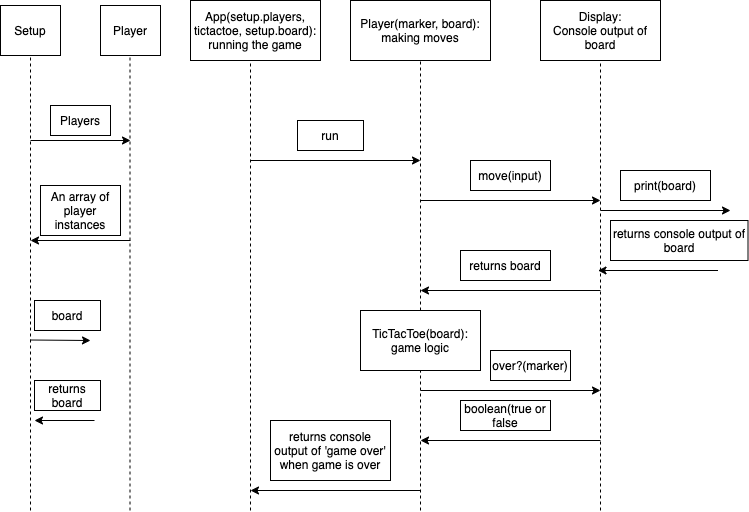
This is diagram.png from amittauro/tic-tac-toe, a draw.io export, as it was before one commit. Source tidied: cells renumbered, new cells last; positions are measured from the earlier drawing's top-left corner, leaving out a move shared by most shapes.
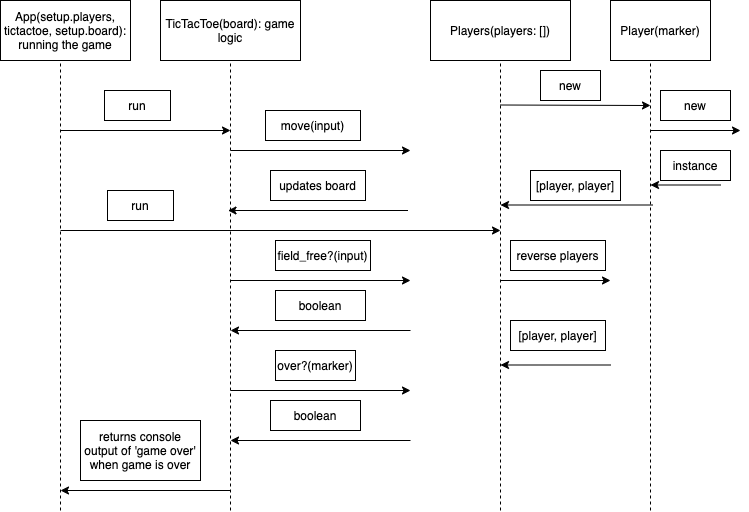
After the commit.

Change to the diagram source:
```diff
@@ -2,162 +2,175 @@
   <root>
     <mxCell id="0" />
     <mxCell id="1" parent="0" />
-    <mxCell id="2" value="Setup" style="rounded=0;whiteSpace=wrap;html=1;" parent="1" vertex="1">
-      <mxGeometry y="5" width="60" height="50" as="geometry" />
-    </mxCell>
-    <mxCell id="3" style="endArrow=none;dashed=1;html=1;entryX=0.5;entryY=1;entryDx=0;entryDy=0;" parent="1" edge="1" target="2">
-      <mxGeometry relative="1" as="geometry">
-        <mxPoint x="30" y="510" as="sourcePoint" />
-      </mxGeometry>
-    </mxCell>
-    <mxCell id="4" value="TicTacToe(board):&lt;br&gt;game logic" style="rounded=0;whiteSpace=wrap;html=1;" parent="1" vertex="1">
-      <mxGeometry x="360" y="310" width="120" height="60" as="geometry" />
-    </mxCell>
-    <mxCell id="5" value="Player(marker, board): making moves" style="rounded=0;whiteSpace=wrap;html=1;" parent="1" vertex="1">
-      <mxGeometry x="350" width="140" height="60" as="geometry" />
+    <mxCell id="5" value="TicTacToe(board): game logic" style="rounded=0;whiteSpace=wrap;html=1;" parent="1" vertex="1">
+      <mxGeometry x="150" width="140" height="60" as="geometry" />
     </mxCell>
-    <mxCell id="6" value="Display:&lt;br&gt;Console output of board" style="rounded=0;whiteSpace=wrap;html=1;" parent="1" vertex="1">
-      <mxGeometry x="540" width="120" height="60" as="geometry" />
-    </mxCell>
-    <mxCell id="7" style="endArrow=classic;html=1;" parent="1" edge="1">
-      <mxGeometry relative="1" as="geometry">
-        <mxPoint x="30" y="140" as="sourcePoint" />
-        <mxPoint x="130" y="140" as="targetPoint" />
-      </mxGeometry>
-    </mxCell>
-    <mxCell id="8" value="Players" style="rounded=0;whiteSpace=wrap;html=1;" parent="1" vertex="1">
-      <mxGeometry x="50" y="105" width="60" height="30" as="geometry" />
-    </mxCell>
     <mxCell id="9" style="endArrow=classic;html=1;" parent="1" edge="1">
       <mxGeometry relative="1" as="geometry">
-        <mxPoint x="250" y="160" as="sourcePoint" />
-        <mxPoint x="420" y="160" as="targetPoint" />
+        <mxPoint x="50" y="130" as="sourcePoint" />
+        <mxPoint x="220" y="130" as="targetPoint" />
       </mxGeometry>
     </mxCell>
     <mxCell id="10" value="run" style="rounded=0;whiteSpace=wrap;html=1;" parent="1" vertex="1">
-      <mxGeometry x="297" y="120" width="66" height="30" as="geometry" />
+      <mxGeometry x="94" y="90" width="66" height="30" as="geometry" />
     </mxCell>
-    <mxCell id="11" style="endArrow=none;dashed=1;html=1;entryX=0.5;entryY=1;entryDx=0;entryDy=0;exitX=0.5;exitY=0;exitDx=0;exitDy=0;" parent="1" edge="1" source="4" target="5">
-      <mxGeometry relative="1" as="geometry" />
+    <mxCell id="11" style="endArrow=none;dashed=1;html=1;entryX=0.5;entryY=1;entryDx=0;entryDy=0;" parent="1" edge="1" target="5">
+      <mxGeometry relative="1" as="geometry">
+        <mxPoint x="220" y="510" as="sourcePoint" />
+      </mxGeometry>
     </mxCell>
     <mxCell id="12" style="endArrow=classic;html=1;" parent="1" edge="1">
       <mxGeometry relative="1" as="geometry">
-        <mxPoint x="420" y="200" as="sourcePoint" />
-        <mxPoint x="600" y="200" as="targetPoint" />
+        <mxPoint x="220" y="150" as="sourcePoint" />
+        <mxPoint x="400" y="150" as="targetPoint" />
       </mxGeometry>
     </mxCell>
-    <mxCell id="13" value="move(input)" style="rounded=0;whiteSpace=wrap;html=1;" parent="1" vertex="1">
-      <mxGeometry x="470" y="160" width="80" height="30" as="geometry" />
+    <mxCell id="13" value="field_free?(input)" style="rounded=0;whiteSpace=wrap;html=1;" parent="1" vertex="1">
+      <mxGeometry x="265" y="240" width="95" height="30" as="geometry" />
     </mxCell>
-    <mxCell id="14" style="endArrow=none;dashed=1;html=1;entryX=0.5;entryY=1;entryDx=0;entryDy=0;" parent="1" edge="1" target="6">
-      <mxGeometry relative="1" as="geometry">
-        <mxPoint x="600" y="510" as="sourcePoint" />
-      </mxGeometry>
-    </mxCell>
-    <mxCell id="15" style="endArrow=classic;html=1;" parent="1" edge="1">
-      <mxGeometry relative="1" as="geometry">
-        <mxPoint x="600" y="210" as="sourcePoint" />
-        <mxPoint x="730" y="210" as="targetPoint" />
-      </mxGeometry>
-    </mxCell>
-    <mxCell id="16" value="print(board)" style="rounded=0;whiteSpace=wrap;html=1;" parent="1" vertex="1">
-      <mxGeometry x="620" y="170" width="90" height="30" as="geometry" />
-    </mxCell>
-    <mxCell id="17" style="endArrow=classic;html=1;" parent="1" edge="1">
-      <mxGeometry relative="1" as="geometry">
-        <mxPoint x="717.5" y="270" as="sourcePoint" />
-        <mxPoint x="597.5" y="270" as="targetPoint" />
-      </mxGeometry>
-    </mxCell>
-    <mxCell id="18" value="returns console output of board" style="rounded=0;whiteSpace=wrap;html=1;" parent="1" vertex="1">
-      <mxGeometry x="610" y="220" width="137.5" height="40" as="geometry" />
-    </mxCell>
     <mxCell id="19" style="endArrow=classic;html=1;" parent="1" edge="1">
       <mxGeometry relative="1" as="geometry">
-        <mxPoint x="600" y="290" as="sourcePoint" />
-        <mxPoint x="420" y="290" as="targetPoint" />
+        <mxPoint x="400" y="330" as="sourcePoint" />
+        <mxPoint x="220" y="330" as="targetPoint" />
       </mxGeometry>
     </mxCell>
-    <mxCell id="20" value="returns board" style="rounded=0;whiteSpace=wrap;html=1;" parent="1" vertex="1">
-      <mxGeometry x="460" y="250" width="90" height="30" as="geometry" />
+    <mxCell id="20" value="boolean" style="rounded=0;whiteSpace=wrap;html=1;" parent="1" vertex="1">
+      <mxGeometry x="265" y="290" width="90" height="30" as="geometry" />
     </mxCell>
     <mxCell id="21" style="endArrow=classic;html=1;" parent="1" edge="1">
       <mxGeometry relative="1" as="geometry">
-        <mxPoint x="420" y="490" as="sourcePoint" />
-        <mxPoint x="250" y="490" as="targetPoint" />
+        <mxPoint x="220" y="490" as="sourcePoint" />
+        <mxPoint x="50" y="490" as="targetPoint" />
       </mxGeometry>
     </mxCell>
     <mxCell id="22" style="endArrow=classic;html=1;" parent="1" edge="1">
       <mxGeometry relative="1" as="geometry">
-        <mxPoint x="420" y="390" as="sourcePoint" />
-        <mxPoint x="600" y="390" as="targetPoint" />
+        <mxPoint x="220" y="390" as="sourcePoint" />
+        <mxPoint x="400" y="390" as="targetPoint" />
       </mxGeometry>
     </mxCell>
     <mxCell id="23" value="over?(marker)" style="rounded=0;whiteSpace=wrap;html=1;" parent="1" vertex="1">
-      <mxGeometry x="490" y="350" width="80" height="30" as="geometry" />
+      <mxGeometry x="265" y="350" width="80" height="30" as="geometry" />
     </mxCell>
     <mxCell id="24" style="endArrow=classic;html=1;" parent="1" edge="1">
       <mxGeometry relative="1" as="geometry">
-        <mxPoint x="600" y="440" as="sourcePoint" />
-        <mxPoint x="420" y="440" as="targetPoint" />
+        <mxPoint x="400" y="440" as="sourcePoint" />
+        <mxPoint x="220" y="440" as="targetPoint" />
       </mxGeometry>
     </mxCell>
-    <mxCell id="25" value="boolean(true or false" style="rounded=0;whiteSpace=wrap;html=1;" parent="1" vertex="1">
-      <mxGeometry x="460" y="400" width="90" height="30" as="geometry" />
+    <mxCell id="25" value="boolean" style="rounded=0;whiteSpace=wrap;html=1;" parent="1" vertex="1">
+      <mxGeometry x="260" y="400" width="90" height="30" as="geometry" />
     </mxCell>
     <mxCell id="26" value="returns console output of 'game over' when game is over" style="rounded=0;whiteSpace=wrap;html=1;" parent="1" vertex="1">
-      <mxGeometry x="270" y="420" width="120" height="60" as="geometry" />
+      <mxGeometry x="70" y="420" width="120" height="60" as="geometry" />
     </mxCell>
     <mxCell id="27" value="App(setup.players, tictactoe, setup.board):&lt;br&gt;running the game" style="rounded=0;whiteSpace=wrap;html=1;" parent="1" vertex="1">
-      <mxGeometry x="190" width="130" height="60" as="geometry" />
+      <mxGeometry x="-10" width="130" height="60" as="geometry" />
     </mxCell>
-    <mxCell id="28" value="Player" style="rounded=0;whiteSpace=wrap;html=1;" parent="1" vertex="1">
-      <mxGeometry x="100" y="5" width="60" height="50" as="geometry" />
-    </mxCell>
-    <mxCell id="29" style="endArrow=none;dashed=1;html=1;entryX=0.5;entryY=1;entryDx=0;entryDy=0;" parent="1" edge="1">
-      <mxGeometry relative="1" as="geometry">
-        <mxPoint x="129.5" y="510" as="sourcePoint" />
-        <mxPoint x="129.5" y="55" as="targetPoint" />
-      </mxGeometry>
-    </mxCell>
-    <mxCell id="30" style="endArrow=classic;html=1;" parent="1" edge="1">
-      <mxGeometry relative="1" as="geometry">
-        <mxPoint x="130" y="240" as="sourcePoint" />
-        <mxPoint x="30" y="240" as="targetPoint" />
-      </mxGeometry>
-    </mxCell>
-    <mxCell id="31" value="An array of player instances" style="rounded=0;whiteSpace=wrap;html=1;" parent="1" vertex="1">
-      <mxGeometry x="40" y="185" width="80" height="50" as="geometry" />
-    </mxCell>
     <mxCell id="32" style="endArrow=none;dashed=1;html=1;entryX=0.5;entryY=1;entryDx=0;entryDy=0;" parent="1" edge="1">
       <mxGeometry relative="1" as="geometry">
-        <mxPoint x="250" y="510" as="sourcePoint" />
-        <mxPoint x="250" y="60" as="targetPoint" />
+        <mxPoint x="50" y="510" as="sourcePoint" />
+        <mxPoint x="50" y="60" as="targetPoint" />
       </mxGeometry>
     </mxCell>
-    <mxCell id="33" style="endArrow=none;dashed=1;html=1;entryX=0.5;entryY=1;entryDx=0;entryDy=0;" parent="1" edge="1">
-      <mxGeometry relative="1" as="geometry">
-        <mxPoint x="420" y="510" as="sourcePoint" />
-        <mxPoint x="420" y="370" as="targetPoint" />
-      </mxGeometry>
-    </mxCell>
-    <mxCell id="34" style="endArrow=classic;html=1;" parent="1" edge="1">
-      <mxGeometry relative="1" as="geometry">
-        <mxPoint x="30" y="339.5" as="sourcePoint" />
-        <mxPoint x="90" y="340" as="targetPoint" />
-      </mxGeometry>
-    </mxCell>
-    <mxCell id="35" value="board" style="rounded=0;whiteSpace=wrap;html=1;" parent="1" vertex="1">
-      <mxGeometry x="34" y="300" width="66" height="30" as="geometry" />
-    </mxCell>
-    <mxCell id="36" style="endArrow=classic;html=1;" parent="1" edge="1">
-      <mxGeometry relative="1" as="geometry">
-        <mxPoint x="94" y="420" as="sourcePoint" />
-        <mxPoint x="34" y="420" as="targetPoint" />
-      </mxGeometry>
-    </mxCell>
-    <mxCell id="37" value="returns board" style="rounded=0;whiteSpace=wrap;html=1;" parent="1" vertex="1">
-      <mxGeometry x="34" y="380" width="66" height="30" as="geometry" />
-    </mxCell>
+    <mxCell id="38" style="endArrow=classic;html=1;" parent="1" edge="1">
+      <mxGeometry relative="1" as="geometry">
+        <mxPoint x="220" y="280" as="sourcePoint" />
+        <mxPoint x="400" y="280" as="targetPoint" />
+      </mxGeometry>
+    </mxCell>
+    <mxCell id="39" value="move(input)" style="rounded=0;whiteSpace=wrap;html=1;" parent="1" vertex="1">
+      <mxGeometry x="255" y="110" width="95" height="30" as="geometry" />
+    </mxCell>
+    <mxCell id="40" value="updates board" style="rounded=0;whiteSpace=wrap;html=1;" parent="1" vertex="1">
+      <mxGeometry x="260" y="170" width="95" height="30" as="geometry" />
+    </mxCell>
+    <mxCell id="41" style="endArrow=classic;html=1;" parent="1" edge="1">
+      <mxGeometry relative="1" as="geometry">
+        <mxPoint x="397.5" y="210" as="sourcePoint" />
+        <mxPoint x="217.5" y="210" as="targetPoint" />
+      </mxGeometry>
+    </mxCell>
+    <mxCell id="42" value="Players(players: [])" style="rounded=0;whiteSpace=wrap;html=1;" parent="1" vertex="1">
+      <mxGeometry x="420" width="140" height="60" as="geometry" />
+    </mxCell>
+    <mxCell id="43" style="endArrow=none;dashed=1;html=1;entryX=0.5;entryY=1;entryDx=0;entryDy=0;" parent="1" edge="1">
+      <mxGeometry relative="1" as="geometry">
+        <mxPoint x="490" y="510" as="sourcePoint" />
+        <mxPoint x="490" y="60" as="targetPoint" />
+      </mxGeometry>
+    </mxCell>
+    <mxCell id="44" style="endArrow=classic;html=1;" parent="1" edge="1">
+      <mxGeometry relative="1" as="geometry">
+        <mxPoint x="50" y="230" as="sourcePoint" />
+        <mxPoint x="490" y="230" as="targetPoint" />
+      </mxGeometry>
+    </mxCell>
+    <mxCell id="45" value="run" style="rounded=0;whiteSpace=wrap;html=1;" parent="1" vertex="1">
+      <mxGeometry x="97" y="190" width="66" height="30" as="geometry" />
+    </mxCell>
+    <mxCell id="46" style="endArrow=classic;html=1;" parent="1" edge="1">
+      <mxGeometry relative="1" as="geometry">
+        <mxPoint x="490" y="280" as="sourcePoint" />
+        <mxPoint x="600" y="280" as="targetPoint" />
+      </mxGeometry>
+    </mxCell>
+    <mxCell id="47" style="endArrow=classic;html=1;" parent="1" edge="1">
+      <mxGeometry relative="1" as="geometry">
+        <mxPoint x="600" y="364.5" as="sourcePoint" />
+        <mxPoint x="490" y="364.5" as="targetPoint" />
+      </mxGeometry>
+    </mxCell>
+    <mxCell id="48" value="reverse players" style="rounded=0;whiteSpace=wrap;html=1;" parent="1" vertex="1">
+      <mxGeometry x="500" y="240" width="95" height="30" as="geometry" />
+    </mxCell>
+    <mxCell id="49" value="[player, player]" style="rounded=0;whiteSpace=wrap;html=1;" parent="1" vertex="1">
+      <mxGeometry x="500" y="320" width="95" height="30" as="geometry" />
+    </mxCell>
+    <mxCell id="50" value="Player(marker)" style="rounded=0;whiteSpace=wrap;html=1;" parent="1" vertex="1">
+      <mxGeometry x="600" width="100" height="60" as="geometry" />
+    </mxCell>
+    <mxCell id="51" style="endArrow=none;dashed=1;html=1;entryX=0.5;entryY=1;entryDx=0;entryDy=0;" parent="1" edge="1">
+      <mxGeometry relative="1" as="geometry">
+        <mxPoint x="640" y="510" as="sourcePoint" />
+        <mxPoint x="640" y="60" as="targetPoint" />
+      </mxGeometry>
+    </mxCell>
+    <mxCell id="52" style="endArrow=classic;html=1;" parent="1" edge="1">
+      <mxGeometry relative="1" as="geometry">
+        <mxPoint x="490" y="104.5" as="sourcePoint" />
+        <mxPoint x="640" y="105" as="targetPoint" />
+      </mxGeometry>
+    </mxCell>
+    <mxCell id="53" value="new" style="rounded=0;whiteSpace=wrap;html=1;" parent="1" vertex="1">
+      <mxGeometry x="530" y="70" width="60" height="30" as="geometry" />
+    </mxCell>
+    <mxCell id="54" style="endArrow=classic;html=1;" parent="1" edge="1">
+      <mxGeometry relative="1" as="geometry">
+        <mxPoint x="640" y="130" as="sourcePoint" />
+        <mxPoint x="730" y="130" as="targetPoint" />
+      </mxGeometry>
+    </mxCell>
+    <mxCell id="55" value="new" style="rounded=0;whiteSpace=wrap;html=1;" parent="1" vertex="1">
+      <mxGeometry x="650" y="90" width="70" height="30" as="geometry" />
+    </mxCell>
+    <mxCell id="56" style="endArrow=classic;html=1;" parent="1" edge="1">
+      <mxGeometry relative="1" as="geometry">
+        <mxPoint x="642.5" y="204.5" as="sourcePoint" />
+        <mxPoint x="490" y="204.5" as="targetPoint" />
+      </mxGeometry>
+    </mxCell>
+    <mxCell id="57" style="endArrow=classic;html=1;" parent="1" edge="1">
+      <mxGeometry relative="1" as="geometry">
+        <mxPoint x="710" y="184.5" as="sourcePoint" />
+        <mxPoint x="640" y="184.5" as="targetPoint" />
+      </mxGeometry>
+    </mxCell>
+    <mxCell id="58" value="instance" style="rounded=0;whiteSpace=wrap;html=1;" parent="1" vertex="1">
+      <mxGeometry x="650" y="150" width="70" height="30" as="geometry" />
+    </mxCell>
+    <mxCell id="59" value="[player, player]" style="rounded=0;whiteSpace=wrap;html=1;" parent="1" vertex="1">
+      <mxGeometry x="520" y="170" width="90" height="30" as="geometry" />
+    </mxCell>
   </root>
 </mxGraphModel>
```
